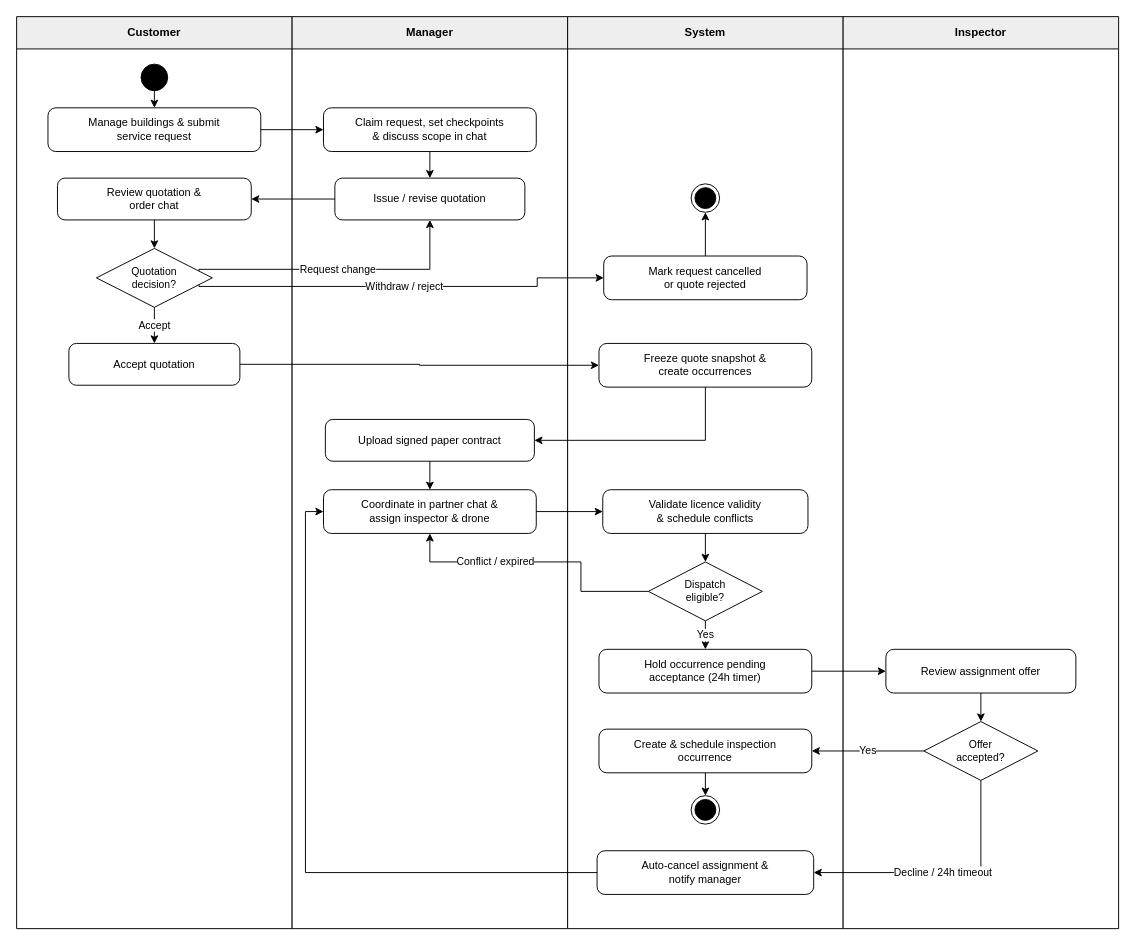
The draw.io diagram page "MF2 - Commercial & Dispatch" (3 of 5) of diagrams/smartdrone-activity-diagrams.drawio in tungbach12/SmartDroneInspection-Docs, before the edit. Source tidied: cells renumbered, new cells numbered last; positions are measured from the earlier drawing's top-left corner, leaving out a move shared by most shapes. Both pictures are drawn from the tidied source at 95%, with x=0, y=0 at pixel (16, 16).
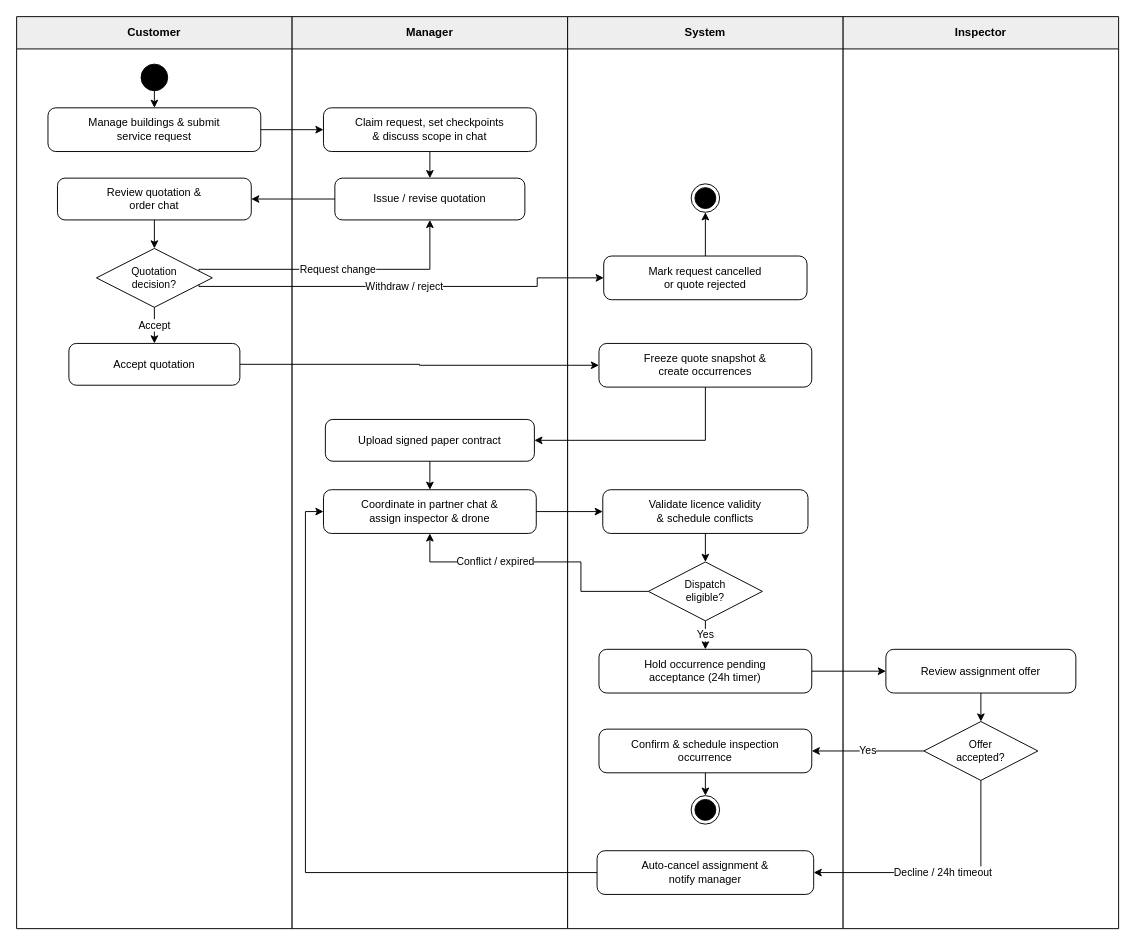
The same diagram, later.

Diff of the diagram source:
```diff
@@
-    <mxCell id="23" value="Create &amp;amp; schedule inspection&lt;br&gt;occurrence" style="rounded=1;whiteSpace=wrap;html=1;arcSize=18;fillColor=#FFFFFF;strokeColor=#000000;strokeWidth=1;fontColor=#000000;fontSize=11.5;fontFamily=Helvetica;align=center;verticalAlign=middle;spacingLeft=8;spacingRight=8;" parent="1" vertex="1">
+    <mxCell id="23" value="Confirm &amp;amp; schedule inspection&lt;br&gt;occurrence" style="rounded=1;whiteSpace=wrap;html=1;arcSize=18;fillColor=#FFFFFF;strokeColor=#000000;strokeWidth=1;fontColor=#000000;fontSize=11.5;fontFamily=Helvetica;align=center;verticalAlign=middle;spacingLeft=8;spacingRight=8;" parent="1" vertex="1">
       <mxGeometry x="613" y="750" width="224" height="46" as="geometry" />
     </mxCell>
```
